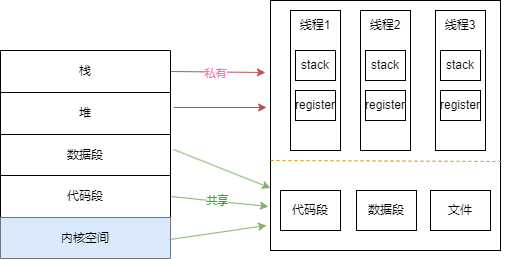
Before: CS/OS/进程线程/线程资源共享.drawio.png, a diagram exported from draw.io (sirius-zyj/Images). Source tidied: cells renumbered, new cells last; positions are measured from the earlier drawing's top-left corner, leaving out a move shared by most shapes. Source of this version:
```xml
<mxGraphModel>
  <root>
    <mxCell id="0" />
    <mxCell id="1" parent="0" />
    <mxCell id="2" style="shape=table;startSize=0;" parent="1" vertex="1">
      <mxGeometry y="50" width="170" height="208" as="geometry" />
    </mxCell>
    <mxCell id="3" style="shape=tableRow;horizontal=0;startSize=0;swimlaneHead=0;swimlaneBody=0;strokeColor=inherit;top=0;left=0;bottom=0;right=0;fillColor=none;points=[[0,0.5],[1,0.5]];portConstraint=eastwest;" parent="2" vertex="1">
      <mxGeometry width="170" height="42" as="geometry" />
    </mxCell>
    <mxCell id="4" value="栈" style="shape=partialRectangle;html=1;whiteSpace=wrap;strokeColor=inherit;overflow=hidden;fillColor=none;top=0;left=0;bottom=0;right=0;" parent="3" vertex="1">
      <mxGeometry width="170" height="42" as="geometry" />
    </mxCell>
    <mxCell id="5" style="shape=tableRow;horizontal=0;startSize=0;swimlaneHead=0;swimlaneBody=0;strokeColor=inherit;top=0;left=0;bottom=0;right=0;fillColor=none;points=[[0,0.5],[1,0.5]];portConstraint=eastwest;" parent="2" vertex="1">
      <mxGeometry y="42" width="170" height="42" as="geometry" />
    </mxCell>
    <mxCell id="6" value="堆" style="shape=partialRectangle;html=1;whiteSpace=wrap;strokeColor=inherit;overflow=hidden;fillColor=none;top=0;left=0;bottom=0;right=0;" parent="5" vertex="1">
      <mxGeometry width="170" height="42" as="geometry" />
    </mxCell>
    <mxCell id="7" style="shape=tableRow;horizontal=0;startSize=0;swimlaneHead=0;swimlaneBody=0;strokeColor=inherit;top=0;left=0;bottom=0;right=0;fillColor=none;points=[[0,0.5],[1,0.5]];portConstraint=eastwest;" parent="2" vertex="1">
      <mxGeometry y="84" width="170" height="41" as="geometry" />
    </mxCell>
    <mxCell id="8" value="数据段" style="shape=partialRectangle;html=1;whiteSpace=wrap;strokeColor=inherit;overflow=hidden;fillColor=none;top=0;left=0;bottom=0;right=0;" parent="7" vertex="1">
      <mxGeometry width="170" height="41" as="geometry" />
    </mxCell>
    <mxCell id="9" style="shape=tableRow;horizontal=0;startSize=0;swimlaneHead=0;swimlaneBody=0;strokeColor=inherit;top=0;left=0;bottom=0;right=0;fillColor=none;points=[[0,0.5],[1,0.5]];portConstraint=eastwest;" parent="2" vertex="1">
      <mxGeometry y="125" width="170" height="42" as="geometry" />
    </mxCell>
    <mxCell id="10" value="代码段" style="shape=partialRectangle;html=1;whiteSpace=wrap;strokeColor=inherit;overflow=hidden;fillColor=none;top=0;left=0;bottom=0;right=0;" parent="9" vertex="1">
      <mxGeometry width="170" height="42" as="geometry" />
    </mxCell>
    <mxCell id="11" style="shape=tableRow;horizontal=0;startSize=0;swimlaneHead=0;swimlaneBody=0;strokeColor=inherit;top=0;left=0;bottom=0;right=0;fillColor=none;" parent="2" vertex="1">
      <mxGeometry y="167" width="170" height="41" as="geometry" />
    </mxCell>
    <mxCell id="12" value="内核空间" style="shape=partialRectangle;html=1;whiteSpace=wrap;strokeColor=#6c8ebf;overflow=hidden;fillColor=#dae8fc;top=0;left=0;bottom=0;right=0;" parent="11" vertex="1">
      <mxGeometry width="170" height="41" as="geometry" />
    </mxCell>
    <mxCell id="13" style="rounded=0;whiteSpace=wrap;html=1;" parent="1" vertex="1">
      <mxGeometry x="270" width="230" height="250" as="geometry" />
    </mxCell>
    <mxCell id="14" value="代码段" style="rounded=0;whiteSpace=wrap;html=1;" parent="1" vertex="1">
      <mxGeometry x="280" y="190" width="60" height="40" as="geometry" />
    </mxCell>
    <mxCell id="15" value="数据段" style="rounded=0;whiteSpace=wrap;html=1;" parent="1" vertex="1">
      <mxGeometry x="356" y="190" width="60" height="40" as="geometry" />
    </mxCell>
    <mxCell id="16" value="文件" style="rounded=0;whiteSpace=wrap;html=1;" parent="1" vertex="1">
      <mxGeometry x="430" y="190" width="60" height="40" as="geometry" />
    </mxCell>
    <mxCell id="17" style="endArrow=none;dashed=1;html=1;rounded=0;entryX=1.009;entryY=0.644;entryDx=0;entryDy=0;entryPerimeter=0;fillColor=#ffe6cc;strokeColor=#d79b00;" parent="1" edge="1" target="13">
      <mxGeometry relative="1" as="geometry">
        <mxPoint x="270" y="160" as="sourcePoint" />
      </mxGeometry>
    </mxCell>
    <mxCell id="18" style="rounded=0;whiteSpace=wrap;html=1;" parent="1" vertex="1">
      <mxGeometry x="290" y="10" width="50" height="140" as="geometry" />
    </mxCell>
    <mxCell id="19" value="线程1" style="text;html=1;align=center;verticalAlign=middle;whiteSpace=wrap;rounded=0;" parent="1" vertex="1">
      <mxGeometry x="285" y="10" width="60" height="30" as="geometry" />
    </mxCell>
    <mxCell id="20" value="stack" style="rounded=0;whiteSpace=wrap;html=1;" parent="1" vertex="1">
      <mxGeometry x="295" y="50" width="40" height="30" as="geometry" />
    </mxCell>
    <mxCell id="21" value="register" style="rounded=0;whiteSpace=wrap;html=1;" parent="1" vertex="1">
      <mxGeometry x="295" y="90" width="40" height="30" as="geometry" />
    </mxCell>
    <mxCell id="22" style="rounded=0;whiteSpace=wrap;html=1;" parent="1" vertex="1">
      <mxGeometry x="360" y="10" width="50" height="140" as="geometry" />
    </mxCell>
    <mxCell id="23" value="线程2" style="text;html=1;align=center;verticalAlign=middle;whiteSpace=wrap;rounded=0;" parent="1" vertex="1">
      <mxGeometry x="355" y="10" width="60" height="30" as="geometry" />
    </mxCell>
    <mxCell id="24" value="stack" style="rounded=0;whiteSpace=wrap;html=1;" parent="1" vertex="1">
      <mxGeometry x="365" y="50" width="40" height="30" as="geometry" />
    </mxCell>
    <mxCell id="25" value="register" style="rounded=0;whiteSpace=wrap;html=1;" parent="1" vertex="1">
      <mxGeometry x="365" y="90" width="40" height="30" as="geometry" />
    </mxCell>
    <mxCell id="26" style="rounded=0;whiteSpace=wrap;html=1;" parent="1" vertex="1">
      <mxGeometry x="435" y="10" width="50" height="140" as="geometry" />
    </mxCell>
    <mxCell id="27" value="线程3" style="text;html=1;align=center;verticalAlign=middle;whiteSpace=wrap;rounded=0;" parent="1" vertex="1">
      <mxGeometry x="430" y="10" width="60" height="30" as="geometry" />
    </mxCell>
    <mxCell id="28" value="stack" style="rounded=0;whiteSpace=wrap;html=1;" parent="1" vertex="1">
      <mxGeometry x="440" y="50" width="40" height="30" as="geometry" />
    </mxCell>
    <mxCell id="29" value="register" style="rounded=0;whiteSpace=wrap;html=1;" parent="1" vertex="1">
      <mxGeometry x="440" y="90" width="40" height="30" as="geometry" />
    </mxCell>
    <mxCell id="30" style="endArrow=classic;html=1;rounded=0;exitX=1.018;exitY=0.357;exitDx=0;exitDy=0;exitPerimeter=0;entryX=-0.017;entryY=0.428;entryDx=0;entryDy=0;entryPerimeter=0;fillColor=#f8cecc;strokeColor=#b85450;" parent="1" edge="1" source="5" target="13">
      <mxGeometry relative="1" as="geometry" />
    </mxCell>
    <mxCell id="31" style="endArrow=classic;html=1;rounded=0;exitX=1;exitY=0.5;exitDx=0;exitDy=0;entryX=-0.022;entryY=0.288;entryDx=0;entryDy=0;entryPerimeter=0;fillColor=#f8cecc;strokeColor=#b85450;" parent="1" edge="1" source="3" target="13">
      <mxGeometry relative="1" as="geometry" />
    </mxCell>
    <mxCell id="32" value="私有" style="edgeLabel;html=1;align=center;verticalAlign=middle;fontColor=#FF66B3;" parent="31" vertex="1">
      <mxGeometry x="-0.05" y="-1" relative="1" as="geometry" />
    </mxCell>
    <mxCell id="33" style="endArrow=classic;html=1;rounded=0;exitX=1.018;exitY=0.366;exitDx=0;exitDy=0;exitPerimeter=0;entryX=0;entryY=0.75;entryDx=0;entryDy=0;fillColor=#d5e8d4;strokeColor=#82b366;" parent="1" edge="1" source="7" target="13">
      <mxGeometry relative="1" as="geometry" />
    </mxCell>
    <mxCell id="34" style="endArrow=classic;html=1;rounded=0;exitX=1;exitY=0.5;exitDx=0;exitDy=0;entryX=-0.009;entryY=0.824;entryDx=0;entryDy=0;entryPerimeter=0;fillColor=#d5e8d4;strokeColor=#82b366;" parent="1" edge="1" source="9" target="13">
      <mxGeometry relative="1" as="geometry" />
    </mxCell>
    <mxCell id="35" value="共享" style="edgeLabel;html=1;align=center;verticalAlign=middle;fontColor=#00CC00;" parent="34" vertex="1">
      <mxGeometry x="-0.04" y="1" relative="1" as="geometry" />
    </mxCell>
    <mxCell id="36" style="endArrow=classic;html=1;rounded=0;exitX=0.994;exitY=0.909;exitDx=0;exitDy=0;exitPerimeter=0;entryX=-0.017;entryY=0.9;entryDx=0;entryDy=0;entryPerimeter=0;fillColor=#d5e8d4;strokeColor=#82b366;" parent="1" edge="1" source="2" target="13">
      <mxGeometry relative="1" as="geometry" />
    </mxCell>
  </root>
</mxGraphModel>
```
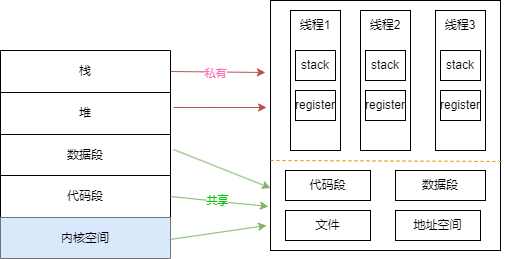
After the change.

Commit message:
更新线程资源共享.drawio.png

Diff of the diagram source:
```diff
@@ -39,13 +39,13 @@
       <mxGeometry x="270" width="230" height="250" as="geometry" />
     </mxCell>
     <mxCell id="14" value="代码段" style="rounded=0;whiteSpace=wrap;html=1;" parent="1" vertex="1">
-      <mxGeometry x="280" y="190" width="60" height="40" as="geometry" />
+      <mxGeometry x="285" y="170" width="85" height="30" as="geometry" />
     </mxCell>
     <mxCell id="15" value="数据段" style="rounded=0;whiteSpace=wrap;html=1;" parent="1" vertex="1">
-      <mxGeometry x="356" y="190" width="60" height="40" as="geometry" />
+      <mxGeometry x="395" y="170" width="90" height="30" as="geometry" />
     </mxCell>
     <mxCell id="16" value="文件" style="rounded=0;whiteSpace=wrap;html=1;" parent="1" vertex="1">
-      <mxGeometry x="430" y="190" width="60" height="40" as="geometry" />
+      <mxGeometry x="285" y="210" width="85" height="30" as="geometry" />
     </mxCell>
     <mxCell id="17" style="endArrow=none;dashed=1;html=1;rounded=0;entryX=1.009;entryY=0.644;entryDx=0;entryDy=0;entryPerimeter=0;fillColor=#ffe6cc;strokeColor=#d79b00;" parent="1" edge="1" target="13">
       <mxGeometry relative="1" as="geometry">
@@ -109,5 +109,8 @@
     <mxCell id="36" style="endArrow=classic;html=1;rounded=0;exitX=0.994;exitY=0.909;exitDx=0;exitDy=0;exitPerimeter=0;entryX=-0.017;entryY=0.9;entryDx=0;entryDy=0;entryPerimeter=0;fillColor=#d5e8d4;strokeColor=#82b366;" parent="1" edge="1" source="2" target="13">
       <mxGeometry relative="1" as="geometry" />
     </mxCell>
+    <mxCell id="37" value="地址空间" style="rounded=0;whiteSpace=wrap;html=1;" parent="1" vertex="1">
+      <mxGeometry x="395" y="210" width="85" height="30" as="geometry" />
+    </mxCell>
   </root>
 </mxGraphModel>
```
